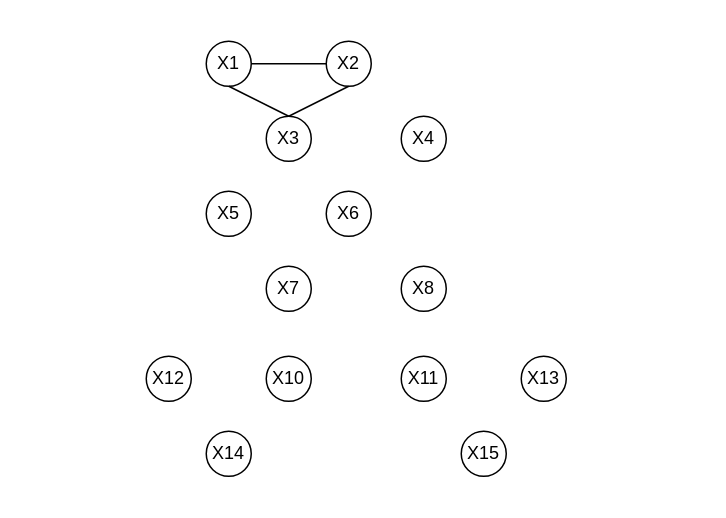
Earlier version of the draw.io diagram неографдискретка.drawio (Adamarthis/labs). Source tidied: cells renumbered, new cells numbered last; positions are measured from the earlier drawing's top-left corner, leaving out a move shared by most shapes. Both pictures are drawn from the tidied source at 150%, with x=0, y=0 at pixel (146, 40).
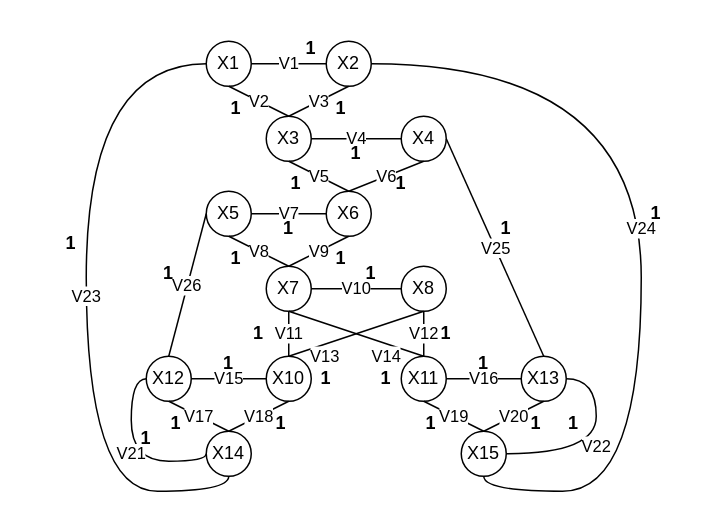
Above is the later version.

Unchanged cells that the change refers to:
```xml
<mxCell id="2" value="X1" style="ellipse;whiteSpace=wrap;html=1;" parent="1" vertex="1">
  <mxGeometry x="40" width="30" height="30" as="geometry" />
</mxCell>
<mxCell id="3" value="X2" style="ellipse;whiteSpace=wrap;html=1;" parent="1" vertex="1">
  <mxGeometry x="120" width="30" height="30" as="geometry" />
</mxCell>
<mxCell id="4" value="X3" style="ellipse;whiteSpace=wrap;html=1;" parent="1" vertex="1">
  <mxGeometry x="80" y="50" width="30" height="30" as="geometry" />
</mxCell>
<mxCell id="5" value="X4" style="ellipse;whiteSpace=wrap;html=1;" parent="1" vertex="1">
  <mxGeometry x="170" y="50" width="30" height="30" as="geometry" />
</mxCell>
<mxCell id="6" value="X6" style="ellipse;whiteSpace=wrap;html=1;" parent="1" vertex="1">
  <mxGeometry x="120" y="100" width="30" height="30" as="geometry" />
</mxCell>
<mxCell id="7" value="X7" style="ellipse;whiteSpace=wrap;html=1;" parent="1" vertex="1">
  <mxGeometry x="80" y="150" width="30" height="30" as="geometry" />
</mxCell>
<mxCell id="8" value="X5" style="ellipse;whiteSpace=wrap;html=1;" parent="1" vertex="1">
  <mxGeometry x="40" y="100" width="30" height="30" as="geometry" />
</mxCell>
<mxCell id="9" value="X12" style="ellipse;whiteSpace=wrap;html=1;" parent="1" vertex="1">
  <mxGeometry y="210" width="30" height="30" as="geometry" />
</mxCell>
<mxCell id="10" value="X14" style="ellipse;whiteSpace=wrap;html=1;" parent="1" vertex="1">
  <mxGeometry x="40" y="260" width="30" height="30" as="geometry" />
</mxCell>
<mxCell id="11" value="X15" style="ellipse;whiteSpace=wrap;html=1;" parent="1" vertex="1">
  <mxGeometry x="210" y="260" width="30" height="30" as="geometry" />
</mxCell>
<mxCell id="12" value="X13" style="ellipse;whiteSpace=wrap;html=1;" parent="1" vertex="1">
  <mxGeometry x="250" y="210" width="30" height="30" as="geometry" />
</mxCell>
<mxCell id="13" value="X11" style="ellipse;whiteSpace=wrap;html=1;" parent="1" vertex="1">
  <mxGeometry x="170" y="210" width="30" height="30" as="geometry" />
</mxCell>
<mxCell id="14" value="X10" style="ellipse;whiteSpace=wrap;html=1;" parent="1" vertex="1">
  <mxGeometry x="80" y="210" width="30" height="30" as="geometry" />
</mxCell>
<mxCell id="15" value="X8" style="ellipse;whiteSpace=wrap;html=1;" parent="1" vertex="1">
  <mxGeometry x="170" y="150" width="30" height="30" as="geometry" />
</mxCell>
```

Diff of the diagram source:
```diff
@@
-    <mxCell id="16" style="endArrow=none;html=1;rounded=0;exitX=1;exitY=0.5;exitDx=0;exitDy=0;entryX=0;entryY=0.5;entryDx=0;entryDy=0;" parent="1" edge="1" source="2" target="3">
+    <mxCell id="16" value="V1" style="endArrow=none;html=1;rounded=0;exitX=1;exitY=0.5;exitDx=0;exitDy=0;entryX=0;entryY=0.5;entryDx=0;entryDy=0;" parent="1" edge="1" source="2" target="3">
       <mxGeometry relative="1" as="geometry" />
     </mxCell>
-    <mxCell id="17" style="endArrow=none;html=1;rounded=0;exitX=0.5;exitY=1;exitDx=0;exitDy=0;entryX=0.5;entryY=0;entryDx=0;entryDy=0;" parent="1" edge="1" source="2" target="4">
+    <mxCell id="17" value="V2" style="endArrow=none;html=1;rounded=0;exitX=0.5;exitY=1;exitDx=0;exitDy=0;entryX=0.5;entryY=0;entryDx=0;entryDy=0;" parent="1" edge="1" source="2" target="4">
       <mxGeometry relative="1" as="geometry" />
     </mxCell>
-    <mxCell id="18" style="endArrow=none;html=1;rounded=0;exitX=0.5;exitY=0;exitDx=0;exitDy=0;entryX=0.5;entryY=1;entryDx=0;entryDy=0;" parent="1" edge="1" source="4" target="3">
+    <mxCell id="18" value="V3" style="endArrow=none;html=1;rounded=0;exitX=0.5;exitY=0;exitDx=0;exitDy=0;entryX=0.5;entryY=1;entryDx=0;entryDy=0;" parent="1" edge="1" source="4" target="3">
       <mxGeometry relative="1" as="geometry" />
     </mxCell>
+    <mxCell id="19" value="V4" style="endArrow=none;html=1;rounded=0;exitX=1;exitY=0.5;exitDx=0;exitDy=0;entryX=0;entryY=0.5;entryDx=0;entryDy=0;" parent="1" edge="1" source="4" target="5">
+      <mxGeometry relative="1" as="geometry" />
+    </mxCell>
+    <mxCell id="20" value="V5" style="endArrow=none;html=1;rounded=0;exitX=0.5;exitY=1;exitDx=0;exitDy=0;entryX=0.5;entryY=0;entryDx=0;entryDy=0;" parent="1" edge="1" source="4" target="6">
+      <mxGeometry relative="1" as="geometry" />
+    </mxCell>
+    <mxCell id="21" value="V6" style="endArrow=none;html=1;rounded=0;exitX=0.5;exitY=0;exitDx=0;exitDy=0;entryX=0.5;entryY=1;entryDx=0;entryDy=0;" parent="1" edge="1" source="6" target="5">
+      <mxGeometry relative="1" as="geometry" />
+    </mxCell>
+    <mxCell id="22" value="V7" style="endArrow=none;html=1;rounded=0;exitX=1;exitY=0.5;exitDx=0;exitDy=0;entryX=0;entryY=0.5;entryDx=0;entryDy=0;" parent="1" edge="1" source="8" target="6">
+      <mxGeometry relative="1" as="geometry" />
+    </mxCell>
+    <mxCell id="23" value="V8" style="endArrow=none;html=1;rounded=0;exitX=0.5;exitY=1;exitDx=0;exitDy=0;entryX=0.5;entryY=0;entryDx=0;entryDy=0;" parent="1" edge="1" source="8" target="7">
+      <mxGeometry relative="1" as="geometry" />
+    </mxCell>
+    <mxCell id="24" value="V9" style="endArrow=none;html=1;rounded=0;exitX=0.5;exitY=1;exitDx=0;exitDy=0;entryX=0.5;entryY=0;entryDx=0;entryDy=0;" parent="1" edge="1" source="6" target="7">
+      <mxGeometry relative="1" as="geometry" />
+    </mxCell>
+    <mxCell id="25" value="V10" style="endArrow=none;html=1;rounded=0;exitX=1;exitY=0.5;exitDx=0;exitDy=0;entryX=0;entryY=0.5;entryDx=0;entryDy=0;" parent="1" edge="1" source="7" target="15">
+      <mxGeometry relative="1" as="geometry" />
+    </mxCell>
+    <mxCell id="26" value="V13" style="endArrow=none;html=1;rounded=0;exitX=0.5;exitY=0;exitDx=0;exitDy=0;entryX=0.5;entryY=1;entryDx=0;entryDy=0;" parent="1" edge="1" source="14" target="15">
+      <mxGeometry x="-0.51" y="-8" relative="1" as="geometry" />
+    </mxCell>
+    <mxCell id="27" value="V14" style="endArrow=none;html=1;rounded=0;exitX=0.5;exitY=1;exitDx=0;exitDy=0;entryX=0.5;entryY=0;entryDx=0;entryDy=0;" parent="1" edge="1" source="7" target="13">
+      <mxGeometry x="0.5" y="-8" relative="1" as="geometry" />
+    </mxCell>
+    <mxCell id="28" value="V15" style="endArrow=none;html=1;rounded=0;exitX=1;exitY=0.5;exitDx=0;exitDy=0;entryX=0;entryY=0.5;entryDx=0;entryDy=0;" parent="1" edge="1" source="9" target="14">
+      <mxGeometry relative="1" as="geometry" />
+    </mxCell>
+    <mxCell id="29" value="V11" style="endArrow=none;html=1;rounded=0;exitX=0.5;exitY=1;exitDx=0;exitDy=0;entryX=0.5;entryY=0;entryDx=0;entryDy=0;" parent="1" edge="1" source="7" target="14">
+      <mxGeometry relative="1" as="geometry" />
+    </mxCell>
+    <mxCell id="30" value="V12" style="endArrow=none;html=1;rounded=0;exitX=0.5;exitY=1;exitDx=0;exitDy=0;entryX=0.5;entryY=0;entryDx=0;entryDy=0;" parent="1" edge="1" source="15" target="13">
+      <mxGeometry relative="1" as="geometry" />
+    </mxCell>
+    <mxCell id="31" value="V16" style="endArrow=none;html=1;rounded=0;exitX=0;exitY=0.5;exitDx=0;exitDy=0;entryX=1;entryY=0.5;entryDx=0;entryDy=0;" parent="1" edge="1" source="12" target="13">
+      <mxGeometry relative="1" as="geometry" />
+    </mxCell>
+    <mxCell id="32" value="V19" style="endArrow=none;html=1;rounded=0;exitX=0.5;exitY=1;exitDx=0;exitDy=0;entryX=0.5;entryY=0;entryDx=0;entryDy=0;" parent="1" edge="1" source="13" target="11">
+      <mxGeometry relative="1" as="geometry" />
+    </mxCell>
+    <mxCell id="33" value="V17" style="endArrow=none;html=1;rounded=0;exitX=0.5;exitY=1;exitDx=0;exitDy=0;entryX=0.5;entryY=0;entryDx=0;entryDy=0;" parent="1" edge="1" source="9" target="10">
+      <mxGeometry relative="1" as="geometry" />
+    </mxCell>
+    <mxCell id="34" value="V18" style="endArrow=none;html=1;rounded=0;exitX=0.5;exitY=1;exitDx=0;exitDy=0;entryX=0.5;entryY=0;entryDx=0;entryDy=0;" parent="1" edge="1" source="14" target="10">
+      <mxGeometry relative="1" as="geometry" />
+    </mxCell>
+    <mxCell id="35" value="V20" style="endArrow=none;html=1;rounded=0;exitX=0.5;exitY=0;exitDx=0;exitDy=0;entryX=0.5;entryY=1;entryDx=0;entryDy=0;" parent="1" edge="1" source="11" target="12">
+      <mxGeometry relative="1" as="geometry" />
+    </mxCell>
+    <mxCell id="36" value="V21" style="endArrow=none;html=1;rounded=0;exitX=0;exitY=0.5;exitDx=0;exitDy=0;entryX=0;entryY=0.5;entryDx=0;entryDy=0;edgeStyle=orthogonalEdgeStyle;curved=1;" parent="1" edge="1" source="9" target="10">
+      <mxGeometry relative="1" as="geometry">
+        <Array as="points">
+          <mxPoint x="-10" y="225" />
+          <mxPoint x="-10" y="280" />
+          <mxPoint x="40" y="280" />
+        </Array>
+      </mxGeometry>
+    </mxCell>
+    <mxCell id="37" value="V22" style="endArrow=none;html=1;rounded=0;exitX=1;exitY=0.5;exitDx=0;exitDy=0;entryX=1;entryY=0.5;entryDx=0;entryDy=0;edgeStyle=orthogonalEdgeStyle;curved=1;" parent="1" edge="1" source="12" target="11">
+      <mxGeometry relative="1" as="geometry">
+        <Array as="points">
+          <mxPoint x="300" y="225" />
+          <mxPoint x="300" y="275" />
+        </Array>
+      </mxGeometry>
+    </mxCell>
+    <mxCell id="38" value="V23" style="endArrow=none;html=1;rounded=0;entryX=0;entryY=0.5;entryDx=0;entryDy=0;exitX=0.5;exitY=1;exitDx=0;exitDy=0;edgeStyle=orthogonalEdgeStyle;curved=1;" parent="1" edge="1" source="10" target="2">
+      <mxGeometry relative="1" as="geometry">
+        <Array as="points">
+          <mxPoint x="55" y="300" />
+          <mxPoint x="-40" y="300" />
+          <mxPoint x="-40" y="15" />
+        </Array>
+      </mxGeometry>
+    </mxCell>
+    <mxCell id="39" value="V26" style="endArrow=none;html=1;rounded=0;exitX=0.5;exitY=0;exitDx=0;exitDy=0;entryX=0;entryY=0.5;entryDx=0;entryDy=0;" parent="1" edge="1" source="9" target="8">
+      <mxGeometry relative="1" as="geometry" />
+    </mxCell>
+    <mxCell id="40" value="V24" style="endArrow=none;html=1;rounded=0;entryX=1;entryY=0.5;entryDx=0;entryDy=0;exitX=0.5;exitY=1;exitDx=0;exitDy=0;edgeStyle=orthogonalEdgeStyle;curved=1;" parent="1" edge="1" source="11" target="3">
+      <mxGeometry relative="1" as="geometry">
+        <Array as="points">
+          <mxPoint x="225" y="300" />
+          <mxPoint x="330" y="300" />
+          <mxPoint x="330" y="15" />
+        </Array>
+      </mxGeometry>
+    </mxCell>
+    <mxCell id="41" value="V25" style="endArrow=none;html=1;rounded=0;entryX=1;entryY=0.5;entryDx=0;entryDy=0;exitX=0.5;exitY=0;exitDx=0;exitDy=0;" parent="1" edge="1" source="12" target="5">
+      <mxGeometry relative="1" as="geometry" />
+    </mxCell>
+    <mxCell id="42" value="&lt;b&gt;1&lt;/b&gt;" style="text;html=1;align=center;verticalAlign=middle;whiteSpace=wrap;rounded=0;" parent="1" vertex="1">
+      <mxGeometry x="80" y="-10" width="60" height="30" as="geometry" />
+    </mxCell>
+    <mxCell id="43" value="&lt;b&gt;1&lt;/b&gt;" style="text;html=1;align=center;verticalAlign=middle;whiteSpace=wrap;rounded=0;" parent="1" vertex="1">
+      <mxGeometry x="30" y="30" width="60" height="30" as="geometry" />
+    </mxCell>
+    <mxCell id="44" value="&lt;b&gt;1&lt;/b&gt;" style="text;html=1;align=center;verticalAlign=middle;whiteSpace=wrap;rounded=0;" parent="1" vertex="1">
+      <mxGeometry x="100" y="30" width="60" height="30" as="geometry" />
+    </mxCell>
+    <mxCell id="45" value="&lt;b&gt;1&lt;/b&gt;" style="text;html=1;align=center;verticalAlign=middle;whiteSpace=wrap;rounded=0;" parent="1" vertex="1">
+      <mxGeometry x="110" y="60" width="60" height="30" as="geometry" />
+    </mxCell>
+    <mxCell id="46" value="&lt;b&gt;1&lt;/b&gt;" style="text;html=1;align=center;verticalAlign=middle;whiteSpace=wrap;rounded=0;" parent="1" vertex="1">
+      <mxGeometry x="140" y="80" width="60" height="30" as="geometry" />
+    </mxCell>
+    <mxCell id="47" value="&lt;b&gt;1&lt;/b&gt;" style="text;html=1;align=center;verticalAlign=middle;whiteSpace=wrap;rounded=0;" parent="1" vertex="1">
+      <mxGeometry x="70" y="80" width="60" height="30" as="geometry" />
+    </mxCell>
+    <mxCell id="48" value="&lt;b&gt;1&lt;/b&gt;" style="text;html=1;align=center;verticalAlign=middle;whiteSpace=wrap;rounded=0;" parent="1" vertex="1">
+      <mxGeometry x="65" y="110" width="60" height="30" as="geometry" />
+    </mxCell>
+    <mxCell id="49" value="&lt;b&gt;1&lt;/b&gt;" style="text;html=1;align=center;verticalAlign=middle;whiteSpace=wrap;rounded=0;" parent="1" vertex="1">
+      <mxGeometry x="30" y="130" width="60" height="30" as="geometry" />
+    </mxCell>
+    <mxCell id="50" value="&lt;b&gt;1&lt;/b&gt;" style="text;html=1;align=center;verticalAlign=middle;whiteSpace=wrap;rounded=0;" parent="1" vertex="1">
+      <mxGeometry x="100" y="130" width="60" height="30" as="geometry" />
+    </mxCell>
+    <mxCell id="51" value="&lt;b&gt;1&lt;/b&gt;" style="text;html=1;align=center;verticalAlign=middle;whiteSpace=wrap;rounded=0;" parent="1" vertex="1">
+      <mxGeometry x="120" y="140" width="60" height="30" as="geometry" />
+    </mxCell>
+    <mxCell id="52" value="&lt;b&gt;1&lt;/b&gt;" style="text;html=1;align=center;verticalAlign=middle;whiteSpace=wrap;rounded=0;" parent="1" vertex="1">
+      <mxGeometry x="210" y="110" width="60" height="30" as="geometry" />
+    </mxCell>
+    <mxCell id="53" value="&lt;b&gt;1&lt;/b&gt;" style="text;html=1;align=center;verticalAlign=middle;whiteSpace=wrap;rounded=0;" parent="1" vertex="1">
+      <mxGeometry x="310" y="100" width="60" height="30" as="geometry" />
+    </mxCell>
+    <mxCell id="54" value="&lt;b&gt;1&lt;/b&gt;" style="text;html=1;align=center;verticalAlign=middle;whiteSpace=wrap;rounded=0;" parent="1" vertex="1">
+      <mxGeometry x="-80" y="120" width="60" height="30" as="geometry" />
+    </mxCell>
+    <mxCell id="55" value="&lt;b&gt;1&lt;/b&gt;" style="text;html=1;align=center;verticalAlign=middle;whiteSpace=wrap;rounded=0;" parent="1" vertex="1">
+      <mxGeometry x="-15" y="140" width="60" height="30" as="geometry" />
+    </mxCell>
+    <mxCell id="56" value="&lt;b&gt;1&lt;/b&gt;" style="text;html=1;align=center;verticalAlign=middle;whiteSpace=wrap;rounded=0;" parent="1" vertex="1">
+      <mxGeometry x="130" y="210" width="60" height="30" as="geometry" />
+    </mxCell>
+    <mxCell id="57" value="&lt;b&gt;1&lt;/b&gt;" style="text;html=1;align=center;verticalAlign=middle;whiteSpace=wrap;rounded=0;" parent="1" vertex="1">
+      <mxGeometry x="90" y="210" width="60" height="30" as="geometry" />
+    </mxCell>
+    <mxCell id="58" value="&lt;b&gt;1&lt;/b&gt;" style="text;html=1;align=center;verticalAlign=middle;whiteSpace=wrap;rounded=0;" parent="1" vertex="1">
+      <mxGeometry x="170" y="180" width="60" height="30" as="geometry" />
+    </mxCell>
+    <mxCell id="59" value="&lt;b&gt;1&lt;/b&gt;" style="text;html=1;align=center;verticalAlign=middle;whiteSpace=wrap;rounded=0;" parent="1" vertex="1">
+      <mxGeometry x="45" y="180" width="60" height="30" as="geometry" />
+    </mxCell>
+    <mxCell id="60" value="&lt;b&gt;1&lt;/b&gt;" style="text;html=1;align=center;verticalAlign=middle;whiteSpace=wrap;rounded=0;" parent="1" vertex="1">
+      <mxGeometry x="195" y="200" width="60" height="30" as="geometry" />
+    </mxCell>
+    <mxCell id="61" value="&lt;b&gt;1&lt;/b&gt;" style="text;html=1;align=center;verticalAlign=middle;whiteSpace=wrap;rounded=0;" parent="1" vertex="1">
+      <mxGeometry x="25" y="200" width="60" height="30" as="geometry" />
+    </mxCell>
+    <mxCell id="62" value="&lt;b&gt;1&lt;/b&gt;" style="text;html=1;align=center;verticalAlign=middle;whiteSpace=wrap;rounded=0;" parent="1" vertex="1">
+      <mxGeometry x="255" y="240" width="60" height="30" as="geometry" />
+    </mxCell>
+    <mxCell id="63" value="&lt;b&gt;1&lt;/b&gt;" style="text;html=1;align=center;verticalAlign=middle;whiteSpace=wrap;rounded=0;" parent="1" vertex="1">
+      <mxGeometry x="230" y="240" width="60" height="30" as="geometry" />
+    </mxCell>
+    <mxCell id="64" value="&lt;b&gt;1&lt;/b&gt;" style="text;html=1;align=center;verticalAlign=middle;whiteSpace=wrap;rounded=0;" parent="1" vertex="1">
+      <mxGeometry x="160" y="240" width="60" height="30" as="geometry" />
+    </mxCell>
+    <mxCell id="65" value="&lt;b&gt;1&lt;/b&gt;" style="text;html=1;align=center;verticalAlign=middle;whiteSpace=wrap;rounded=0;" parent="1" vertex="1">
+      <mxGeometry x="60" y="240" width="60" height="30" as="geometry" />
+    </mxCell>
+    <mxCell id="66" value="&lt;b&gt;1&lt;/b&gt;" style="text;html=1;align=center;verticalAlign=middle;whiteSpace=wrap;rounded=0;" parent="1" vertex="1">
+      <mxGeometry x="-10" y="240" width="60" height="30" as="geometry" />
+    </mxCell>
+    <mxCell id="67" value="&lt;b&gt;1&lt;/b&gt;" style="text;html=1;align=center;verticalAlign=middle;whiteSpace=wrap;rounded=0;" parent="1" vertex="1">
+      <mxGeometry x="-30" y="250" width="60" height="30" as="geometry" />
+    </mxCell>
```
